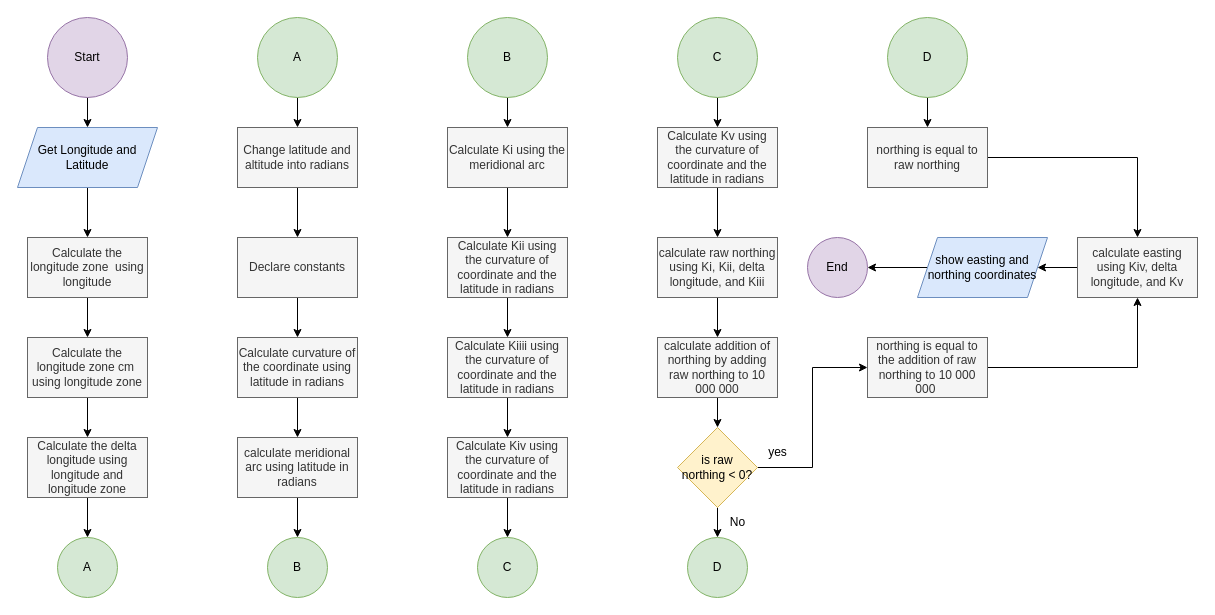
This is Converting_to_UTM.drawio from angusbarnes/ENGG100, a draw.io file, before an edit. Source tidied: cells renumbered, new cells numbered last; positions are measured from the earlier drawing's top-left corner, leaving out a move shared by most shapes. Both pictures are drawn from the tidied source at 100%, with x=0, y=0 at pixel (17, 17).
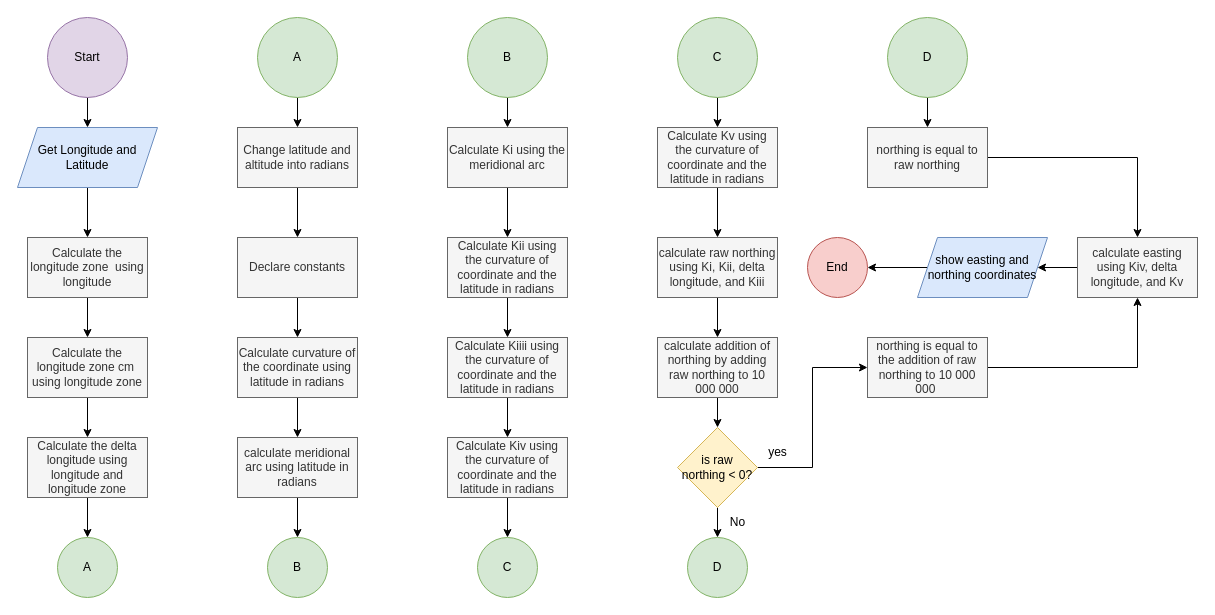
Above is the later version.

Change to the diagram source:
```diff
@@
-    <mxCell id="57" value="End" style="ellipse;whiteSpace=wrap;html=1;fillColor=#e1d5e7;strokeColor=#9673a6;" parent="1" vertex="1">
+    <mxCell id="57" value="End" style="ellipse;whiteSpace=wrap;html=1;fillColor=#f8cecc;strokeColor=#b85450;" parent="1" vertex="1">
       <mxGeometry x="790" y="220" width="60" height="60" as="geometry" />
     </mxCell>
```
